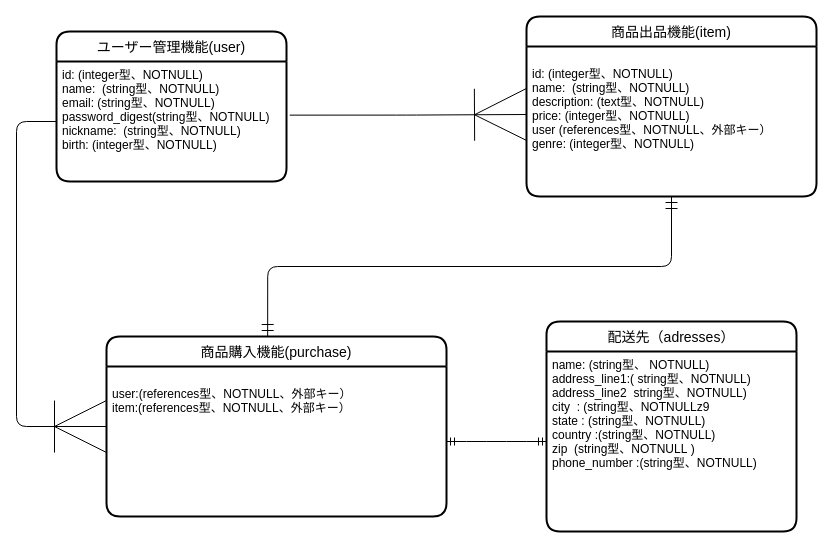
Above: furima.dio in yoshiocamp/furima-40747 (draw.io), before the change. Source tidied: cells renumbered, new cells numbered last; positions are measured from the earlier drawing's top-left corner, leaving out a move shared by most shapes. Both pictures are drawn from the tidied source at 100%, with x=0, y=0 at pixel (16, 16).
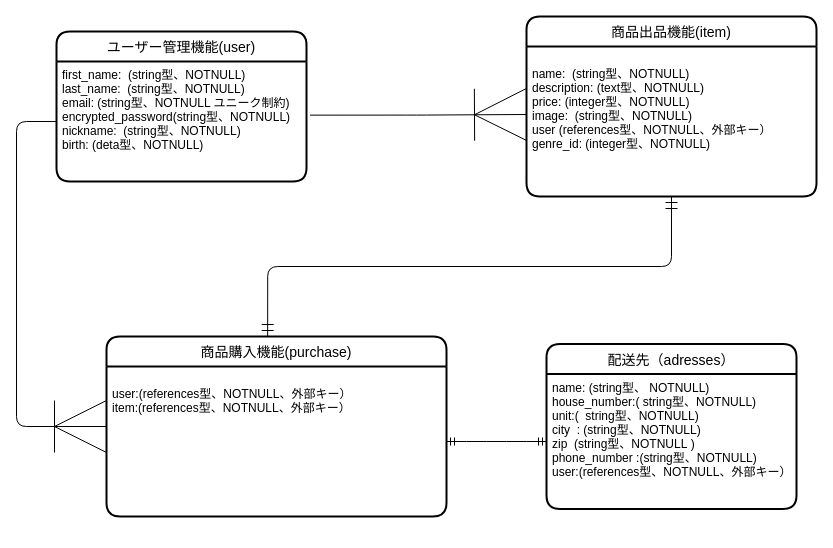
After the change.

Commit message (it also covers changes not shown here):
DB設計の修正２

Change to the diagram source:
```diff
@@
 <mxGraphModel>
   <root>
     <mxCell id="0" />
     <mxCell id="1" parent="0" />
     <mxCell id="2" value="ユーザー管理機能(user)" style="swimlane;horizontal=1;startSize=30;rounded=1;fontSize=14;fontStyle=0;strokeWidth=2;shadow=0;dashed=0;align=center;" parent="1" vertex="1">
-      <mxGeometry x="40" y="15" width="230" height="150" as="geometry" />
+      <mxGeometry x="40" y="15" width="250" height="150" as="geometry" />
     </mxCell>
-    <mxCell id="3" value="id: (integer型、NOTNULL)&#10;name:  (string型、NOTNULL)&#10;email: (string型、NOTNULL)&#10;password_digest(string型、NOTNULL)&#10;nickname:  (string型、NOTNULL)&#10;birth: (integer型、NOTNULL)&#10;" style="align=left;strokeColor=none;fillColor=none;spacingLeft=4;fontSize=12;verticalAlign=top;" parent="2" vertex="1">
-      <mxGeometry y="30" width="230" height="120" as="geometry" />
+    <mxCell id="3" value="first_name:  (string型、NOTNULL)&#10;last_name:  (string型、NOTNULL)&#10;email: (string型、NOTNULL ユニーク制約)&#10;encrypted_password(string型、NOTNULL)&#10;nickname:  (string型、NOTNULL)&#10;birth: (deta型、NOTNULL)&#10;" style="align=left;strokeColor=none;fillColor=none;spacingLeft=4;fontSize=12;verticalAlign=top;" parent="2" vertex="1">
+      <mxGeometry y="30" width="250" height="120" as="geometry" />
     </mxCell>
     <mxCell id="4" value="商品購入機能(purchase)" style="swimlane;horizontal=1;startSize=30;rounded=1;fontSize=14;fontStyle=0;strokeWidth=2;shadow=0;dashed=0;align=center;" parent="1" vertex="1">
       <mxGeometry x="90" y="320" width="340" height="180" as="geometry" />
     </mxCell>
     <mxCell id="5" value="&#10;user:(references型、NOTNULL、外部キー）&#10;item:(references型、NOTNULL、外部キー）&#10;" style="align=left;strokeColor=none;fillColor=none;spacingLeft=4;fontSize=12;verticalAlign=top;" parent="4" vertex="1">
       <mxGeometry y="30" width="340" height="150" as="geometry" />
     </mxCell>
     <mxCell id="6" value="商品出品機能(item)" style="swimlane;horizontal=1;startSize=30;rounded=1;fontSize=14;fontStyle=0;strokeWidth=2;shadow=0;dashed=0;align=center;" parent="1" vertex="1">
       <mxGeometry x="510" width="290" height="180" as="geometry" />
     </mxCell>
-    <mxCell id="7" value="&#10;id: (integer型、NOTNULL)&#10;name:  (string型、NOTNULL)&#10;description: (text型、NOTNULL)&#10;price: (integer型、NOTNULL)&#10;user (references型、NOTNULL、外部キー）&#10;genre: (integer型、NOTNULL)" style="align=left;strokeColor=none;fillColor=none;spacingLeft=4;fontSize=12;verticalAlign=top;" parent="6" vertex="1">
+    <mxCell id="7" value="&#10;name:  (string型、NOTNULL)&#10;description: (text型、NOTNULL)&#10;price: (integer型、NOTNULL)&#10;image:  (string型、NOTNULL)&#10;user (references型、NOTNULL、外部キー）&#10;genre_id: (integer型、NOTNULL)" style="align=left;strokeColor=none;fillColor=none;spacingLeft=4;fontSize=12;verticalAlign=top;" parent="6" vertex="1">
       <mxGeometry y="30" width="290" height="150" as="geometry" />
     </mxCell>
     <mxCell id="8" style="edgeStyle=orthogonalEdgeStyle;fontSize=12;html=1;endArrow=ERoneToMany;exitX=1.014;exitY=0.447;exitDx=0;exitDy=0;exitPerimeter=0;endSize=50;startSize=10;targetPerimeterSpacing=0;sourcePerimeterSpacing=0;jumpSize=5;jumpStyle=none;" parent="1" edge="1" source="3">
       <mxGeometry relative="1" as="geometry">
         <mxPoint x="510" y="98" as="targetPoint" />
       </mxGeometry>
     </mxCell>
     <mxCell id="9" style="edgeStyle=orthogonalEdgeStyle;fontSize=12;html=1;endArrow=ERoneToMany;startSize=10;endSize=50;sourcePerimeterSpacing=0;targetPerimeterSpacing=0;jumpStyle=none;jumpSize=5;entryX=0;entryY=0.5;entryDx=0;entryDy=0;exitX=0;exitY=0.5;exitDx=0;exitDy=0;" parent="1" edge="1" source="3" target="4">
       <mxGeometry relative="1" as="geometry">
         <Array as="points">
           <mxPoint y="105" />
           <mxPoint y="410" />
         </Array>
       </mxGeometry>
     </mxCell>
     <mxCell id="10" style="fontSize=12;html=1;endArrow=ERmandOne;startArrow=ERmandOne;startSize=10;endSize=10;sourcePerimeterSpacing=0;targetPerimeterSpacing=0;jumpStyle=none;jumpSize=5;entryX=0.5;entryY=1;entryDx=0;entryDy=0;exitX=0.474;exitY=0;exitDx=0;exitDy=0;edgeStyle=orthogonalEdgeStyle;exitPerimeter=0;" parent="1" edge="1" source="4" target="7">
       <mxGeometry relative="1" as="geometry" />
     </mxCell>
     <mxCell id="11" value="配送先（adresses）" style="swimlane;horizontal=1;startSize=30;rounded=1;fontSize=14;fontStyle=0;strokeWidth=2;shadow=0;dashed=0;align=center;" parent="1" vertex="1">
-      <mxGeometry x="530" y="305" width="250" height="210" as="geometry" />
+      <mxGeometry x="530" y="327.5" width="250" height="165" as="geometry" />
     </mxCell>
-    <mxCell id="12" value="name: (string型、 NOTNULL)&#10;address_line1:( string型、NOTNULL)&#10;address_line2  string型、NOTNULL)        &#10;city  : (string型、NOTNULLz9&#10;state : (string型、NOTNULL)              &#10;country :(string型、NOTNULL)&#10;zip  (string型、NOTNULL )       &#10;phone_number :(string型、NOTNULL)&#10;" style="align=left;strokeColor=none;fillColor=none;spacingLeft=4;fontSize=12;verticalAlign=top;" parent="11" vertex="1">
-      <mxGeometry y="30" width="250" height="180" as="geometry" />
+    <mxCell id="12" value="name: (string型、 NOTNULL)&#10;house_number:( string型、NOTNULL)&#10;unit:(  string型、NOTNULL)        &#10;city  : (string型、NOTNULL)            &#10;zip  (string型、NOTNULL )       &#10;phone_number :(string型、NOTNULL)&#10;user:(references型、NOTNULL、外部キー）&#10;" style="align=left;strokeColor=none;fillColor=none;spacingLeft=4;fontSize=12;verticalAlign=top;" parent="11" vertex="1">
+      <mxGeometry y="30" width="250" height="135" as="geometry" />
     </mxCell>
     <mxCell id="13" style="edgeStyle=entityRelationEdgeStyle;fontSize=12;html=1;endArrow=ERmandOne;startArrow=ERmandOne;exitX=1;exitY=0.5;exitDx=0;exitDy=0;entryX=0;entryY=0.5;entryDx=0;entryDy=0;" parent="1" edge="1" source="5" target="12">
       <mxGeometry relative="1" as="geometry" />
     </mxCell>
   </root>
 </mxGraphModel>
```
